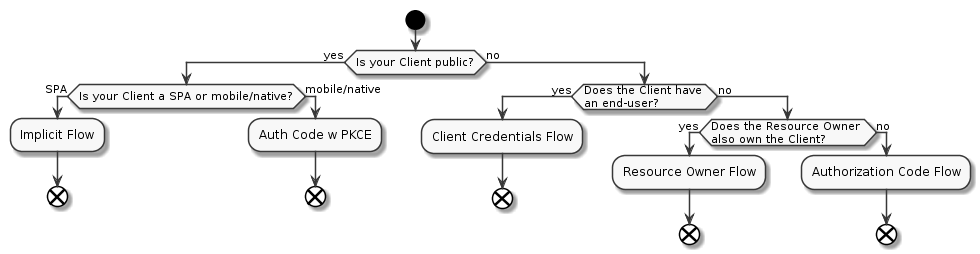
Earlier version of the PlantUML export _source/_assets/img/oauth_grant_flowchart.png (okta/okta.github.io).
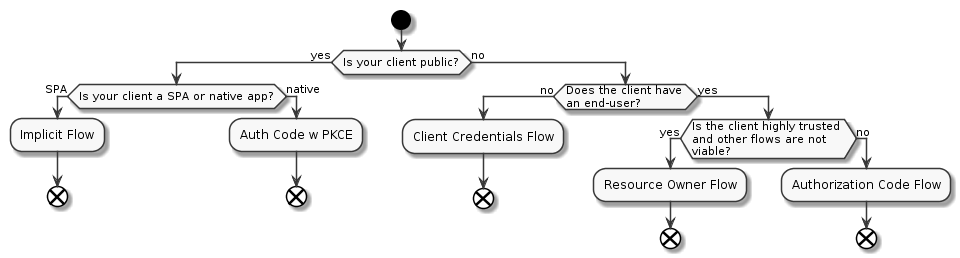
After the change.

Change to the diagram source:
```diff
@@ -3,22 +3,22 @@
 
 start
 
-if (Is your Client public?) then (yes)
-    if (Is your Client a SPA or mobile/native?) then (SPA)
+if (Is your client public?) then (yes)
+    if (Is your client a SPA or native app?) then (SPA)
     :Implicit Flow;
     end
-    else (mobile/native)
+    else (native)
     :Auth Code w PKCE;
     end
     endif
 else(no)
 
-if (Does the Client have \nan end-user?) then (yes)
+if (Does the client have \nan end-user?) then (no)
   :Client Credentials Flow;
   end
-else (no)
+else (yes)
 
-if (Does the Resource Owner \nalso own the Client?) then (yes)
+if (Is the client highly trusted \nand other flows are not \nviable?) then (yes)
   :Resource Owner Flow;
   end
 else (no)
```
